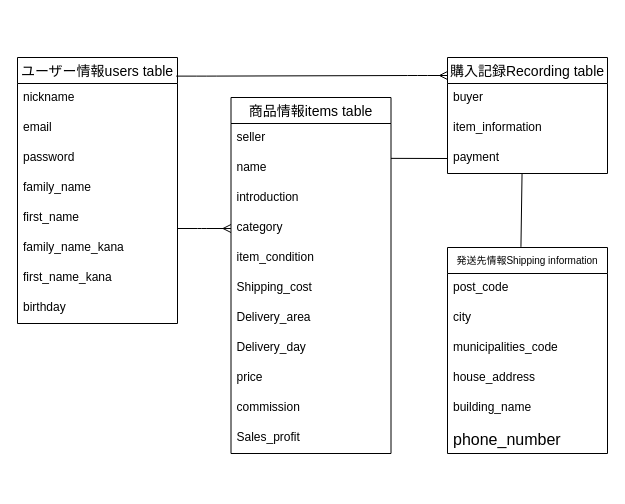
The draw.io diagram ER.dio in yuri050/furima-37329, before the edit. Source tidied: cells renumbered, new cells numbered last; positions are measured from the earlier drawing's top-left corner, leaving out a move shared by most shapes. Both pictures are drawn from the tidied source at 100%, with x=0, y=0 at pixel (17, 57).
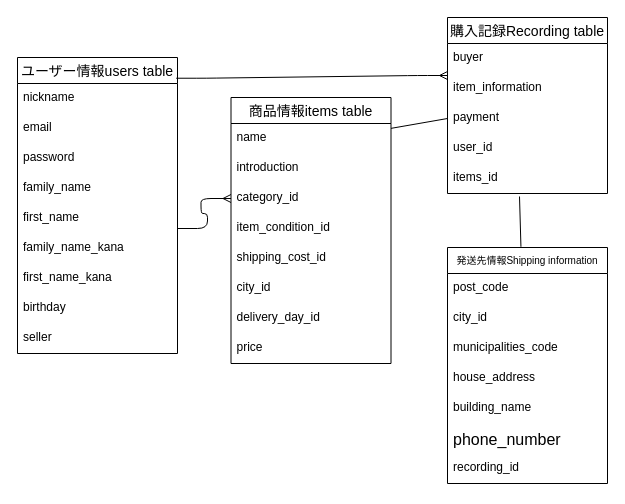
After the change.

Commit message (it also covers changes not shown here):
データベース設計 #3（修正２

Unchanged cells that the change refers to:
```xml
<mxCell id="26" value="payment" style="text;strokeColor=none;fillColor=none;spacingLeft=4;spacingRight=4;overflow=hidden;points=[[0,0.5],[1,0.5]];portConstraint=eastwest;fontSize=12;" parent="23" vertex="1">
  <mxGeometry y="86" width="160" height="30" as="geometry" />
</mxCell>
```

The edit, as a diff of the source:
```diff
@@
     <mxCell id="2" value="ユーザー情報users table" style="swimlane;fontStyle=0;horizontal=1;startSize=26;align=center;fontSize=14;" parent="1" vertex="1">
-      <mxGeometry width="160" height="266" as="geometry" />
+      <mxGeometry width="160" height="296" as="geometry" />
     </mxCell>
@@
+    <mxCell id="12" value="seller" style="text;strokeColor=none;fillColor=none;spacingLeft=4;spacingRight=4;overflow=hidden;fontSize=12;" parent="2" vertex="1">
+      <mxGeometry y="266" width="160" height="30" as="geometry" />
+    </mxCell>
     <mxCell id="11" value="商品情報items table" style="swimlane;fontStyle=0;horizontal=1;startSize=26;align=center;fontSize=14;" parent="1" vertex="1">
-      <mxGeometry x="213.5" y="40" width="160" height="356" as="geometry" />
+      <mxGeometry x="213.5" y="40" width="160" height="266" as="geometry" />
     </mxCell>
-    <mxCell id="12" value="seller" style="text;strokeColor=none;fillColor=none;spacingLeft=4;spacingRight=4;overflow=hidden;fontSize=12;" parent="11" vertex="1">
-      <mxGeometry y="26" width="160" height="30" as="geometry" />
-    </mxCell>
     <mxCell id="13" value="name" style="text;strokeColor=none;fillColor=none;spacingLeft=4;spacingRight=4;overflow=hidden;points=[[0,0.5],[1,0.5]];portConstraint=eastwest;fontSize=12;" parent="11" vertex="1">
-      <mxGeometry y="56" width="160" height="30" as="geometry" />
+      <mxGeometry y="26" width="160" height="30" as="geometry" />
     </mxCell>
     <mxCell id="14" value="introduction" style="text;strokeColor=none;fillColor=none;spacingLeft=4;spacingRight=4;overflow=hidden;fontSize=12;" parent="11" vertex="1">
-      <mxGeometry y="86" width="160" height="30" as="geometry" />
+      <mxGeometry y="56" width="160" height="30" as="geometry" />
     </mxCell>
-    <mxCell id="15" value="category" style="text;strokeColor=none;fillColor=none;spacingLeft=4;spacingRight=4;overflow=hidden;points=[[0,0.5],[1,0.5]];portConstraint=eastwest;fontSize=12;" parent="11" vertex="1">
-      <mxGeometry y="116" width="160" height="30" as="geometry" />
+    <mxCell id="15" value="category_id" style="text;strokeColor=none;fillColor=none;spacingLeft=4;spacingRight=4;overflow=hidden;points=[[0,0.5],[1,0.5]];portConstraint=eastwest;fontSize=12;" parent="11" vertex="1">
+      <mxGeometry y="86" width="160" height="30" as="geometry" />
     </mxCell>
-    <mxCell id="16" value="item_condition" style="text;strokeColor=none;fillColor=none;spacingLeft=4;spacingRight=4;overflow=hidden;fontSize=12;" parent="11" vertex="1">
-      <mxGeometry y="146" width="160" height="30" as="geometry" />
+    <mxCell id="16" value="item_condition_id" style="text;strokeColor=none;fillColor=none;spacingLeft=4;spacingRight=4;overflow=hidden;fontSize=12;" parent="11" vertex="1">
+      <mxGeometry y="116" width="160" height="30" as="geometry" />
     </mxCell>
-    <mxCell id="17" value="Shipping_cost" style="text;strokeColor=none;fillColor=none;spacingLeft=4;spacingRight=4;overflow=hidden;fontSize=12;" parent="11" vertex="1">
-      <mxGeometry y="176" width="160" height="30" as="geometry" />
+    <mxCell id="17" value="shipping_cost_id" style="text;strokeColor=none;fillColor=none;spacingLeft=4;spacingRight=4;overflow=hidden;fontSize=12;" parent="11" vertex="1">
+      <mxGeometry y="146" width="160" height="30" as="geometry" />
     </mxCell>
-    <mxCell id="18" value="Delivery_area" style="text;strokeColor=none;fillColor=none;spacingLeft=4;spacingRight=4;overflow=hidden;fontSize=12;" parent="11" vertex="1">
-      <mxGeometry y="206" width="160" height="30" as="geometry" />
+    <mxCell id="18" value="city_id " style="text;strokeColor=none;fillColor=none;spacingLeft=4;spacingRight=4;overflow=hidden;fontSize=12;" parent="11" vertex="1">
+      <mxGeometry y="176" width="160" height="30" as="geometry" />
     </mxCell>
-    <mxCell id="19" value="Delivery_day" style="text;strokeColor=none;fillColor=none;spacingLeft=4;spacingRight=4;overflow=hidden;fontSize=12;" parent="11" vertex="1">
-      <mxGeometry y="236" width="160" height="30" as="geometry" />
+    <mxCell id="19" value="delivery_day_id" style="text;strokeColor=none;fillColor=none;spacingLeft=4;spacingRight=4;overflow=hidden;fontSize=12;" parent="11" vertex="1">
+      <mxGeometry y="206" width="160" height="30" as="geometry" />
     </mxCell>
     <mxCell id="20" value="price" style="text;strokeColor=none;fillColor=none;spacingLeft=4;spacingRight=4;overflow=hidden;fontSize=12;" parent="11" vertex="1">
-      <mxGeometry y="266" width="160" height="30" as="geometry" />
+      <mxGeometry y="236" width="160" height="30" as="geometry" />
     </mxCell>
-    <mxCell id="21" value="commission" style="text;strokeColor=none;fillColor=none;spacingLeft=4;spacingRight=4;overflow=hidden;fontSize=12;" parent="11" vertex="1">
-      <mxGeometry y="296" width="160" height="30" as="geometry" />
-    </mxCell>
-    <mxCell id="22" value="Sales_profit" style="text;strokeColor=none;fillColor=none;spacingLeft=4;spacingRight=4;overflow=hidden;fontSize=12;" parent="11" vertex="1">
-      <mxGeometry y="326" width="160" height="30" as="geometry" />
-    </mxCell>
     <mxCell id="23" value="購入記録Recording table" style="swimlane;fontStyle=0;horizontal=1;startSize=26;align=center;fontSize=14;" parent="1" vertex="1">
-      <mxGeometry x="430" width="160" height="116" as="geometry" />
+      <mxGeometry x="430" y="-40" width="160" height="176" as="geometry" />
     </mxCell>
@@
+    <mxCell id="38" value="user_id" style="text;strokeColor=none;fillColor=none;spacingLeft=4;spacingRight=4;overflow=hidden;fontSize=12;" parent="23" vertex="1">
+      <mxGeometry y="116" width="160" height="30" as="geometry" />
+    </mxCell>
+    <mxCell id="39" value="items_id" style="text;strokeColor=none;fillColor=none;spacingLeft=4;spacingRight=4;overflow=hidden;points=[[0,0.5],[1,0.5]];portConstraint=eastwest;fontSize=12;" parent="23" vertex="1">
+      <mxGeometry y="146" width="160" height="30" as="geometry" />
+    </mxCell>
     <mxCell id="27" value="発送先情報Shipping information" style="swimlane;fontStyle=0;horizontal=1;startSize=26;align=center;fontSize=10;" parent="1" vertex="1">
-      <mxGeometry x="430" y="190" width="160" height="206" as="geometry" />
+      <mxGeometry x="430" y="190" width="160" height="236" as="geometry" />
     </mxCell>
@@
-    <mxCell id="29" value="city" style="text;strokeColor=none;fillColor=none;spacingLeft=4;spacingRight=4;overflow=hidden;fontSize=12;" parent="27" vertex="1">
+    <mxCell id="29" value="city_id" style="text;strokeColor=none;fillColor=none;spacingLeft=4;spacingRight=4;overflow=hidden;fontSize=12;" parent="27" vertex="1">
       <mxGeometry y="56" width="160" height="30" as="geometry" />
     </mxCell>
@@
+    <mxCell id="40" value="recording_id" style="text;strokeColor=none;fillColor=none;spacingLeft=4;spacingRight=4;overflow=hidden;fontSize=12;" parent="27" vertex="1">
+      <mxGeometry y="206" width="160" height="30" as="geometry" />
+    </mxCell>
@@
-    <mxCell id="37" style="endArrow=none;html=1;rounded=0;entryX=0.459;entryY=-0.003;entryDx=0;entryDy=0;entryPerimeter=0;exitX=0.466;exitY=0.99;exitDx=0;exitDy=0;exitPerimeter=0;" parent="1" edge="1" source="26" target="27">
+    <mxCell id="37" style="endArrow=none;html=1;rounded=0;entryX=0.459;entryY=-0.003;entryDx=0;entryDy=0;entryPerimeter=0;exitX=0.45;exitY=1.1;exitDx=0;exitDy=0;exitPerimeter=0;" parent="1" edge="1" source="39" target="27">
       <mxGeometry relative="1" as="geometry" />
     </mxCell>
```
